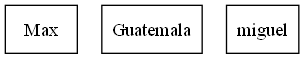
The Graphviz diagram src/Reportes/matriz.png in miguel-tubac/-EDD-Proyecto1_202101927, before a commit. Its source is kept beside it as src/Reportes/matriz.dot.
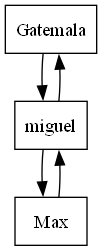
Above is the later version.

Commit message:
Se avanzo con la creacion de la grafica de la matriz

Diff of the diagram source:
```diff
@@ -1,8 +1,11 @@
-digraph MatrizDispersa {
-    node [shape=box];
-    "Max" [group=1];
-    "Guatemala" [group=2];
-    {rank=same;
-    "miguel" [label="miguel"];
-    }
+digraph G{
+{node[shape = box, group = a];
+"Max" ->
+{
+rank=same;
+node[shape = box, group = true];
+"Gatemala"
+node[shape = box, group = true];
+{rank=max;"miguel" ->"Max" ->"miguel" ->"Gatemala"
 }
+}
```
